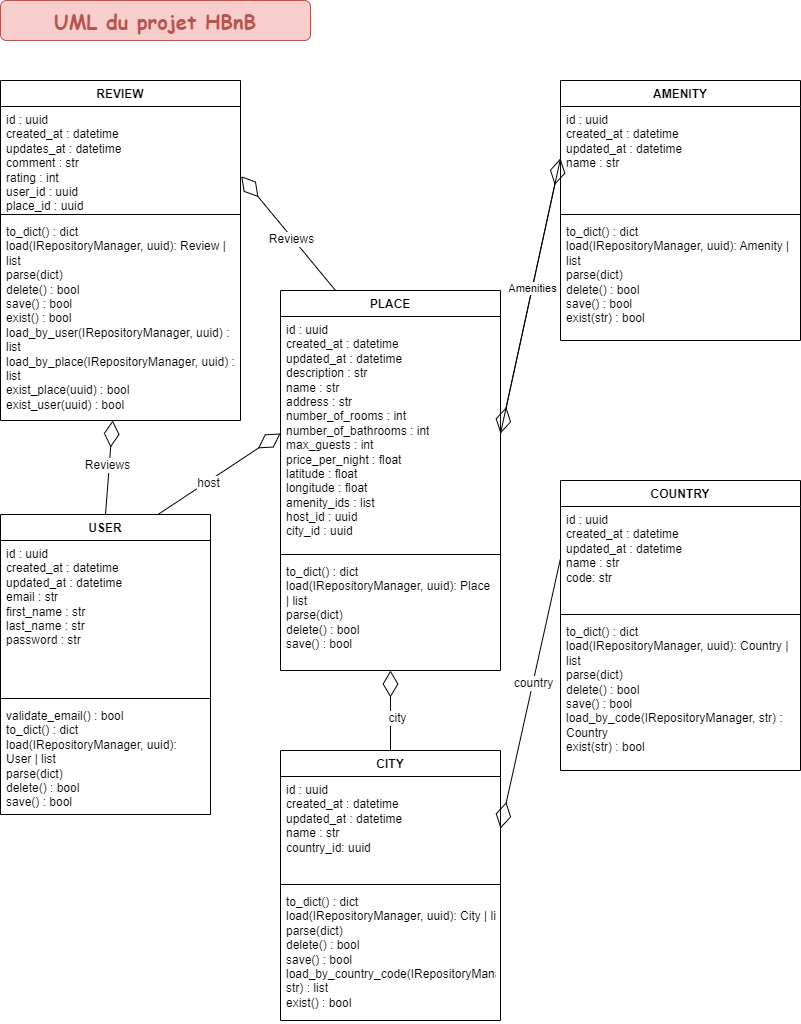
Earlier version of the draw.io export HBnB_uml.png (ChSPN/holbertonschool-hbnb). Source tidied: cells renumbered, new cells last; positions are measured from the earlier drawing's top-left corner, leaving out a move shared by most shapes.
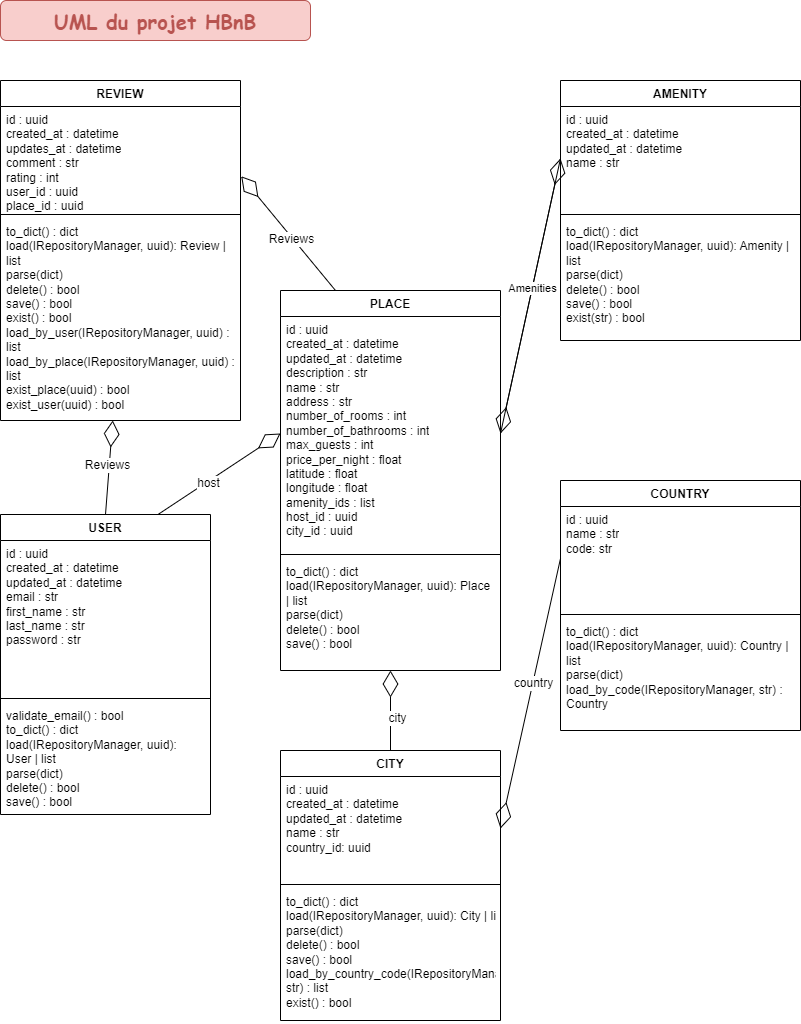
Later version of the same file.

Diff of the diagram source:
```diff
@@ -51,16 +51,16 @@
       <mxGeometry y="138" width="220" height="132" as="geometry" />
     </mxCell>
     <mxCell id="18" value="COUNTRY" style="swimlane;fontStyle=1;align=center;verticalAlign=top;horizontal=1;startSize=26;whiteSpace=wrap;html=1;" parent="1" vertex="1">
-      <mxGeometry x="560" y="480" width="240" height="290" as="geometry" />
+      <mxGeometry x="560" y="480" width="240" height="250" as="geometry" />
     </mxCell>
-    <mxCell id="19" value="id : uuid&lt;div&gt;&lt;div&gt;created_at : datetime&lt;/div&gt;&lt;div&gt;updated_at : datetime&lt;/div&gt;&lt;div&gt;&lt;span style=&quot;background-color: initial;&quot;&gt;name : str&lt;/span&gt;&lt;br&gt;&lt;/div&gt;&lt;/div&gt;&lt;div&gt;&lt;span style=&quot;background-color: initial;&quot;&gt;code: str&lt;/span&gt;&lt;/div&gt;" style="text;strokeColor=none;fillColor=none;align=left;verticalAlign=top;spacingLeft=4;spacingRight=4;overflow=hidden;points=[[0,0.5],[1,0.5]];portConstraint=eastwest;whiteSpace=wrap;html=1;" parent="18" vertex="1">
+    <mxCell id="19" value="id : uuid&lt;div&gt;&lt;div&gt;&lt;span style=&quot;background-color: initial;&quot;&gt;name : str&lt;/span&gt;&lt;br&gt;&lt;/div&gt;&lt;/div&gt;&lt;div&gt;&lt;span style=&quot;background-color: initial;&quot;&gt;code: str&lt;/span&gt;&lt;/div&gt;" style="text;strokeColor=none;fillColor=none;align=left;verticalAlign=top;spacingLeft=4;spacingRight=4;overflow=hidden;points=[[0,0.5],[1,0.5]];portConstraint=eastwest;whiteSpace=wrap;html=1;" parent="18" vertex="1">
       <mxGeometry y="26" width="240" height="104" as="geometry" />
     </mxCell>
     <mxCell id="20" style="line;strokeWidth=1;fillColor=none;align=left;verticalAlign=middle;spacingTop=-1;spacingLeft=3;spacingRight=3;labelPosition=right;strokeColor=inherit;" parent="18" vertex="1">
       <mxGeometry y="130" width="240" height="8" as="geometry" />
     </mxCell>
-    <mxCell id="21" value="&lt;div&gt;to_dict() : dict&lt;br&gt;&lt;/div&gt;load(IRepositoryManager, uuid): Country&amp;nbsp;| list&lt;div&gt;parse(dict)&lt;br&gt;&lt;/div&gt;&lt;div&gt;delete() : bool&lt;/div&gt;&lt;div&gt;save() : bool&lt;/div&gt;&lt;div&gt;&lt;div&gt;load_by_code(IRepositoryManager, str) : Country&lt;/div&gt;&lt;div&gt;exist(str) : bool&lt;/div&gt;&lt;/div&gt;" style="text;strokeColor=none;fillColor=none;align=left;verticalAlign=top;spacingLeft=4;spacingRight=4;overflow=hidden;whiteSpace=wrap;html=1;" parent="18" vertex="1">
-      <mxGeometry y="138" width="240" height="152" as="geometry" />
+    <mxCell id="21" value="&lt;div&gt;to_dict() : dict&lt;br&gt;&lt;/div&gt;load(IRepositoryManager, uuid): Country&amp;nbsp;| list&lt;div&gt;parse(dict)&lt;/div&gt;&lt;div&gt;&lt;div&gt;load_by_code(IRepositoryManager, str) : Country&lt;/div&gt;&lt;/div&gt;" style="text;strokeColor=none;fillColor=none;align=left;verticalAlign=top;spacingLeft=4;spacingRight=4;overflow=hidden;whiteSpace=wrap;html=1;" parent="18" vertex="1">
+      <mxGeometry y="138" width="240" height="112" as="geometry" />
     </mxCell>
     <mxCell id="22" value="AMENITY" style="swimlane;fontStyle=1;align=center;verticalAlign=top;horizontal=1;startSize=26;whiteSpace=wrap;html=1;" parent="1" vertex="1">
       <mxGeometry x="560" y="80" width="240" height="260" as="geometry" />
```
